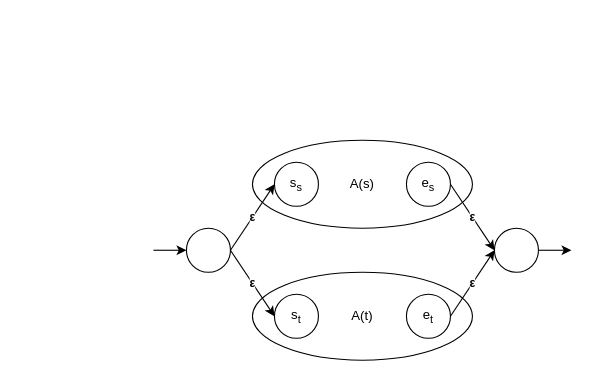
Before: page "Alternative" (2 of 7) of Thompson_Construction/Thompson_Construction.drawio in Tobi2K/diagrams.net, a draw.io diagram. Source tidied: cells renumbered, new cells numbered last; positions are measured from the earlier drawing's top-left corner, leaving out a move shared by most shapes. Both pictures are drawn from the tidied source at 110%, with x=0, y=0 at pixel (153, 140).
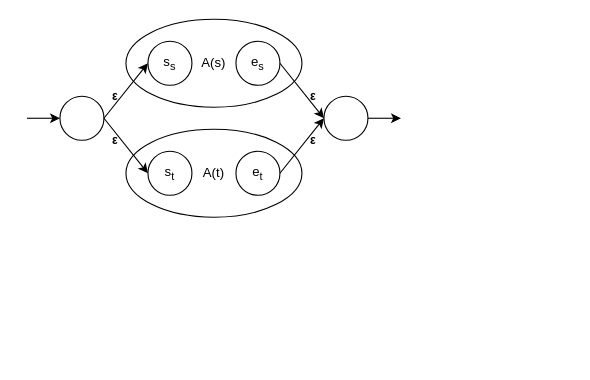
The same diagram, later.

Change to the diagram source:
```diff
@@
 <mxGraphModel>
   <root>
     <mxCell id="0" />
     <mxCell id="1" parent="0" />
     <mxCell id="2" value="A(t)" style="ellipse;whiteSpace=wrap;html=1;shadow=0;" parent="1" vertex="1">
-      <mxGeometry x="90" y="120" width="200" height="80" as="geometry" />
+      <mxGeometry x="-25" y="-10" width="160" height="80" as="geometry" />
     </mxCell>
     <mxCell id="3" value="A(s)" style="ellipse;whiteSpace=wrap;html=1;shadow=0;" parent="1" vertex="1">
-      <mxGeometry x="90" width="200" height="80" as="geometry" />
+      <mxGeometry x="-25" y="-110" width="160" height="80" as="geometry" />
     </mxCell>
     <mxCell id="4" style="ellipse;whiteSpace=wrap;html=1;shadow=0;" parent="1" vertex="1">
-      <mxGeometry x="30" y="80" width="40" height="40" as="geometry" />
+      <mxGeometry x="-85" y="-40" width="40" height="40" as="geometry" />
     </mxCell>
     <mxCell id="5" style="endArrow=classic;html=1;rounded=0;entryX=0;entryY=0.5;entryDx=0;entryDy=0;" parent="1" edge="1" target="4">
       <mxGeometry relative="1" as="geometry">
-        <mxPoint y="100" as="sourcePoint" />
+        <mxPoint x="-115" y="-20" as="sourcePoint" />
       </mxGeometry>
     </mxCell>
     <mxCell id="6" value="s&lt;sub&gt;s&lt;/sub&gt;" style="ellipse;whiteSpace=wrap;html=1;shadow=0;" parent="1" vertex="1">
-      <mxGeometry x="110" y="20" width="40" height="40" as="geometry" />
+      <mxGeometry x="-5" y="-90" width="40" height="40" as="geometry" />
     </mxCell>
     <mxCell id="7" value="s&lt;sub&gt;t&lt;/sub&gt;" style="ellipse;whiteSpace=wrap;html=1;shadow=0;" parent="1" vertex="1">
-      <mxGeometry x="110" y="140" width="40" height="40" as="geometry" />
+      <mxGeometry x="-5" y="10" width="40" height="40" as="geometry" />
     </mxCell>
     <mxCell id="8" value="e&lt;sub&gt;s&lt;/sub&gt;" style="ellipse;whiteSpace=wrap;html=1;shadow=0;" parent="1" vertex="1">
-      <mxGeometry x="230" y="20" width="40" height="40" as="geometry" />
+      <mxGeometry x="75" y="-90" width="40" height="40" as="geometry" />
     </mxCell>
     <mxCell id="9" value="e&lt;sub&gt;t&lt;/sub&gt;" style="ellipse;whiteSpace=wrap;html=1;shadow=0;" parent="1" vertex="1">
-      <mxGeometry x="230" y="140" width="40" height="40" as="geometry" />
+      <mxGeometry x="75" y="10" width="40" height="40" as="geometry" />
     </mxCell>
-    <mxCell id="10" value="&lt;strong role=&quot;doc-subtitle&quot; class=&quot;header-char&quot;&gt;ε&lt;/strong&gt;" style="endArrow=classic;html=1;rounded=0;entryX=0;entryY=0.5;entryDx=0;entryDy=0;exitX=1;exitY=0.5;exitDx=0;exitDy=0;" parent="1" edge="1" source="4" target="6">
-      <mxGeometry relative="1" as="geometry" />
+    <mxCell id="10" value="&lt;strong role=&quot;doc-subtitle&quot; class=&quot;header-char&quot;&gt;ε&lt;/strong&gt;" style="endArrow=classic;html=1;rounded=0;entryX=0;entryY=0.5;entryDx=0;entryDy=0;exitX=1;exitY=0.5;exitDx=0;exitDy=0;labelBackgroundColor=none;" parent="1" edge="1" source="4" target="6">
+      <mxGeometry x="-0.32" y="5" relative="1" as="geometry" />
     </mxCell>
-    <mxCell id="11" value="&lt;strong role=&quot;doc-subtitle&quot; class=&quot;header-char&quot;&gt;ε&lt;/strong&gt;" style="endArrow=classic;html=1;rounded=0;exitX=1;exitY=0.5;exitDx=0;exitDy=0;entryX=0;entryY=0.5;entryDx=0;entryDy=0;" parent="1" edge="1" source="4" target="7">
-      <mxGeometry relative="1" as="geometry" />
+    <mxCell id="11" value="&lt;strong role=&quot;doc-subtitle&quot; class=&quot;header-char&quot;&gt;ε&lt;/strong&gt;" style="endArrow=classic;html=1;rounded=0;exitX=1;exitY=0.5;exitDx=0;exitDy=0;entryX=0;entryY=0.5;entryDx=0;entryDy=0;labelBackgroundColor=none;" parent="1" edge="1" source="4" target="7">
+      <mxGeometry x="-0.32" y="-5" relative="1" as="geometry" />
     </mxCell>
     <mxCell id="12" style="ellipse;whiteSpace=wrap;html=1;shadow=0;" parent="1" vertex="1">
-      <mxGeometry x="310" y="80" width="40" height="40" as="geometry" />
+      <mxGeometry x="155" y="-40" width="40" height="40" as="geometry" />
     </mxCell>
-    <mxCell id="13" value="&lt;strong role=&quot;doc-subtitle&quot; class=&quot;header-char&quot;&gt;ε&lt;/strong&gt;" style="endArrow=classic;html=1;curved=1;exitX=1;exitY=0.5;exitDx=0;exitDy=0;entryX=0;entryY=0.5;entryDx=0;entryDy=0;" parent="1" edge="1" source="9" target="12">
-      <mxGeometry relative="1" as="geometry" />
+    <mxCell id="13" value="&lt;strong role=&quot;doc-subtitle&quot; class=&quot;header-char&quot;&gt;ε&lt;/strong&gt;" style="endArrow=classic;html=1;curved=1;exitX=1;exitY=0.5;exitDx=0;exitDy=0;entryX=0;entryY=0.5;entryDx=0;entryDy=0;labelBackgroundColor=none;" parent="1" edge="1" source="9" target="12">
+      <mxGeometry x="0.32" y="-5" relative="1" as="geometry" />
     </mxCell>
-    <mxCell id="14" value="&lt;strong role=&quot;doc-subtitle&quot; class=&quot;header-char&quot;&gt;ε&lt;/strong&gt;" style="endArrow=classic;html=1;curved=1;exitX=1;exitY=0.5;exitDx=0;exitDy=0;entryX=0;entryY=0.5;entryDx=0;entryDy=0;" parent="1" edge="1" source="8" target="12">
-      <mxGeometry relative="1" as="geometry" />
+    <mxCell id="14" value="&lt;strong role=&quot;doc-subtitle&quot; class=&quot;header-char&quot;&gt;ε&lt;/strong&gt;" style="endArrow=classic;html=1;curved=1;exitX=1;exitY=0.5;exitDx=0;exitDy=0;entryX=0;entryY=0.5;entryDx=0;entryDy=0;labelBackgroundColor=none;" parent="1" edge="1" source="8" target="12">
+      <mxGeometry x="0.32" y="5" relative="1" as="geometry" />
     </mxCell>
     <mxCell id="15" style="endArrow=classic;html=1;curved=1;exitX=1;exitY=0.5;exitDx=0;exitDy=0;" parent="1" edge="1" source="12">
       <mxGeometry relative="1" as="geometry">
-        <mxPoint x="380" y="100" as="targetPoint" />
+        <mxPoint x="225" y="-20" as="targetPoint" />
       </mxGeometry>
     </mxCell>
   </root>
 </mxGraphModel>
```
